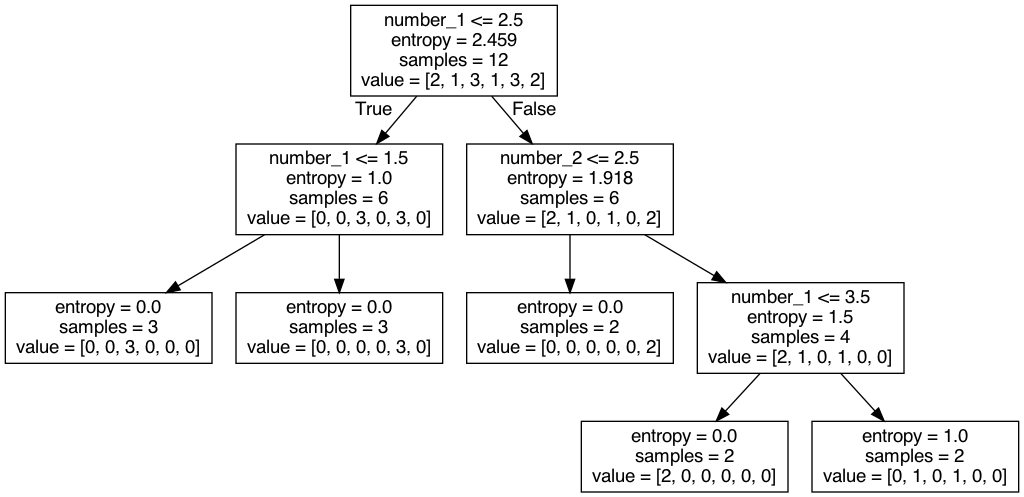
This is dt.png from GKunc/Decision_Models, a Graphviz export, as it was before one commit. Its source is kept beside it as dt.dot.
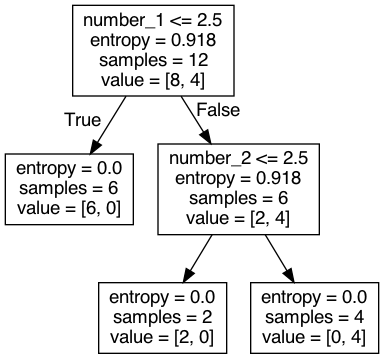
After the change.

What changed in the source:
```diff
@@ -1,21 +1,13 @@
 digraph Tree {
 node [shape=box, fontname="helvetica"] ;
 edge [fontname="helvetica"] ;
-0 [label="number_1 <= 2.5\nentropy = 2.459\nsamples = 12\nvalue = [2, 1, 3, 1, 3, 2]"] ;
-1 [label="number_1 <= 1.5\nentropy = 1.0\nsamples = 6\nvalue = [0, 0, 3, 0, 3, 0]"] ;
+0 [label="number_1 <= 2.5\nentropy = 0.918\nsamples = 12\nvalue = [8, 4]"] ;
+1 [label="entropy = 0.0\nsamples = 6\nvalue = [6, 0]"] ;
 0 -> 1 [labeldistance=2.5, labelangle=45, headlabel="True"] ;
-2 [label="entropy = 0.0\nsamples = 3\nvalue = [0, 0, 3, 0, 0, 0]"] ;
-1 -> 2 ;
-3 [label="entropy = 0.0\nsamples = 3\nvalue = [0, 0, 0, 0, 3, 0]"] ;
-1 -> 3 ;
-4 [label="number_2 <= 2.5\nentropy = 1.918\nsamples = 6\nvalue = [2, 1, 0, 1, 0, 2]"] ;
-0 -> 4 [labeldistance=2.5, labelangle=-45, headlabel="False"] ;
-5 [label="entropy = 0.0\nsamples = 2\nvalue = [0, 0, 0, 0, 0, 2]"] ;
-4 -> 5 ;
-6 [label="number_1 <= 3.5\nentropy = 1.5\nsamples = 4\nvalue = [2, 1, 0, 1, 0, 0]"] ;
-4 -> 6 ;
-7 [label="entropy = 0.0\nsamples = 2\nvalue = [2, 0, 0, 0, 0, 0]"] ;
-6 -> 7 ;
-8 [label="entropy = 1.0\nsamples = 2\nvalue = [0, 1, 0, 1, 0, 0]"] ;
-6 -> 8 ;
+2 [label="number_2 <= 2.5\nentropy = 0.918\nsamples = 6\nvalue = [2, 4]"] ;
+0 -> 2 [labeldistance=2.5, labelangle=-45, headlabel="False"] ;
+3 [label="entropy = 0.0\nsamples = 2\nvalue = [2, 0]"] ;
+2 -> 3 ;
+4 [label="entropy = 0.0\nsamples = 4\nvalue = [0, 4]"] ;
+2 -> 4 ;
 }
```
